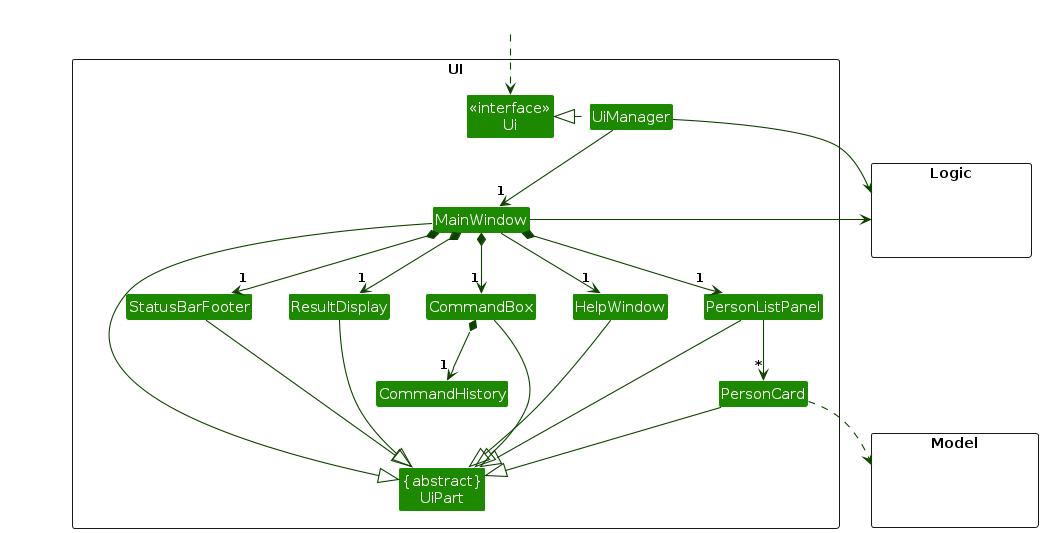
This is diagrams/UiClassDiagram.png from AY2627S1-CS2103T-T09-4/tp, a PlantUML export, as it was before one commit. Its source is kept beside it as diagrams/UiClassDiagram.puml.
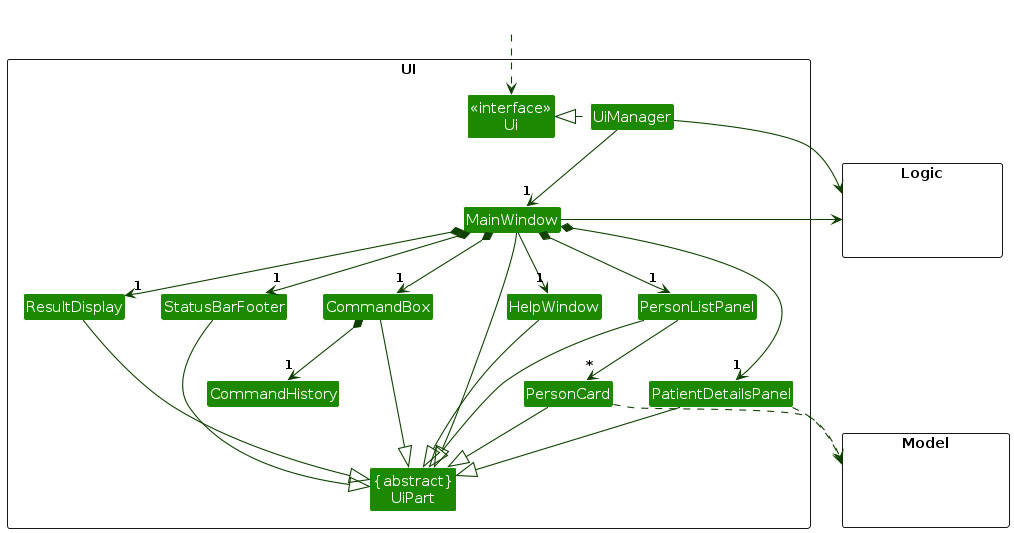
Above is the later version.

Diff of the diagram source:
```diff
@@ -13,6 +13,7 @@
 Class ResultDisplay
 Class PersonListPanel
 Class PersonCard
+Class PatientDetailsPanel
 Class StatusBarFooter
 Class CommandBox
 Class CommandHistory
@@ -35,6 +36,7 @@
 CommandBox *-down-> "1" CommandHistory
 MainWindow *-down-> "1" ResultDisplay
 MainWindow *-down-> "1" PersonListPanel
+MainWindow *-down-> "1" PatientDetailsPanel
 MainWindow *-down-> "1" StatusBarFooter
 MainWindow --> "1" HelpWindow
 
@@ -46,10 +48,12 @@
 CommandBox --|> UiPart
 PersonListPanel --|> UiPart
 PersonCard --|> UiPart
+PatientDetailsPanel --|> UiPart
 StatusBarFooter --|> UiPart
 HelpWindow --|> UiPart
 
 PersonCard ..> Model
+PatientDetailsPanel ..> Model
 UiManager -right-> Logic
 MainWindow -left-> Logic
 
```
